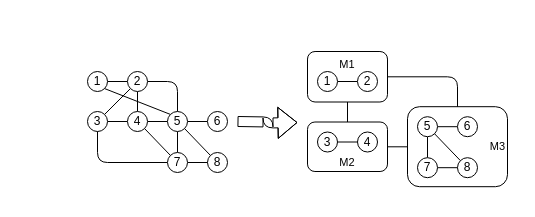
Above: doc/system-architecture - big-ball-of-mud - modules.drawio in r-uu/r-uu (draw.io), before the change. Source tidied: cells renumbered, new cells numbered last; positions are measured from the earlier drawing's top-left corner, leaving out a move shared by most shapes. Both pictures are drawn from the tidied source at 100%, with x=0, y=0 at pixel (87, 51).
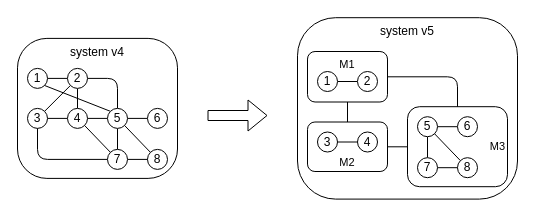
After the change.

Diff of the diagram source:
```diff
@@
     <mxCell id="9" value="1" style="ellipse;whiteSpace=wrap;html=1;shadow=0;" parent="1" vertex="1">
-      <mxGeometry y="20" width="20" height="20" as="geometry" />
+      <mxGeometry x="-60" y="16.9" width="20" height="20" as="geometry" />
     </mxCell>
@@
     <mxCell id="13" value="2" style="ellipse;whiteSpace=wrap;html=1;shadow=0;" parent="1" vertex="1">
-      <mxGeometry x="40" y="20" width="20" height="20" as="geometry" />
+      <mxGeometry x="-20" y="16.9" width="20" height="20" as="geometry" />
     </mxCell>
@@
     <mxCell id="15" value="3" style="ellipse;whiteSpace=wrap;html=1;shadow=0;" parent="1" vertex="1">
-      <mxGeometry y="60" width="20" height="20" as="geometry" />
+      <mxGeometry x="-60" y="56.9" width="20" height="20" as="geometry" />
     </mxCell>
@@
     <mxCell id="17" value="4" style="ellipse;whiteSpace=wrap;html=1;shadow=0;" parent="1" vertex="1">
-      <mxGeometry x="40" y="60" width="20" height="20" as="geometry" />
+      <mxGeometry x="-20" y="56.9" width="20" height="20" as="geometry" />
     </mxCell>
@@
     <mxCell id="21" value="5" style="ellipse;whiteSpace=wrap;html=1;shadow=0;" parent="1" vertex="1">
-      <mxGeometry x="80" y="60" width="20" height="20" as="geometry" />
+      <mxGeometry x="20" y="56.9" width="20" height="20" as="geometry" />
     </mxCell>
     <mxCell id="22" value="6" style="ellipse;whiteSpace=wrap;html=1;shadow=0;" parent="1" vertex="1">
-      <mxGeometry x="120" y="60" width="20" height="20" as="geometry" />
+      <mxGeometry x="60" y="56.9" width="20" height="20" as="geometry" />
     </mxCell>
     <mxCell id="23" value="8" style="ellipse;whiteSpace=wrap;html=1;shadow=0;" parent="1" vertex="1">
-      <mxGeometry x="120" y="101" width="20" height="20" as="geometry" />
+      <mxGeometry x="60" y="97.9" width="20" height="20" as="geometry" />
     </mxCell>
@@
     <mxCell id="26" value="7" style="ellipse;whiteSpace=wrap;html=1;shadow=0;" parent="1" vertex="1">
-      <mxGeometry x="80" y="101" width="20" height="20" as="geometry" />
+      <mxGeometry x="20" y="97.9" width="20" height="20" as="geometry" />
     </mxCell>
@@
-    <mxCell id="43" style="shape=flexArrow;endArrow=classic;html=1;rounded=1;strokeColor=default;align=center;verticalAlign=middle;fontFamily=Helvetica;fontSize=11;fontColor=default;labelBackgroundColor=default;edgeStyle=orthogonalEdgeStyle;curved=0;" parent="1" edge="1">
-      <mxGeometry relative="1" as="geometry">
-        <mxPoint x="150" y="70" as="sourcePoint" />
-        <mxPoint x="210" y="71" as="targetPoint" />
-      </mxGeometry>
-    </mxCell>
+    <mxCell id="44" value="system v4" style="rounded=1;whiteSpace=wrap;html=1;fillColor=none;verticalAlign=top;arcSize=21;" parent="1" vertex="1">
+      <mxGeometry x="-70" y="-13.1" width="160" height="140" as="geometry" />
+    </mxCell>
+    <mxCell id="45" style="shape=flexArrow;endArrow=classic;html=1;rounded=0;" parent="1" edge="1">
+      <mxGeometry relative="1" as="geometry">
+        <mxPoint x="120" y="64" as="sourcePoint" />
+        <mxPoint x="180" y="64" as="targetPoint" />
+      </mxGeometry>
+    </mxCell>
+    <mxCell id="46" value="system v5" style="rounded=1;whiteSpace=wrap;html=1;fillColor=none;verticalAlign=top;arcSize=21;" parent="1" vertex="1">
+      <mxGeometry x="210" y="-33.8" width="220" height="181.4" as="geometry" />
+    </mxCell>
```
